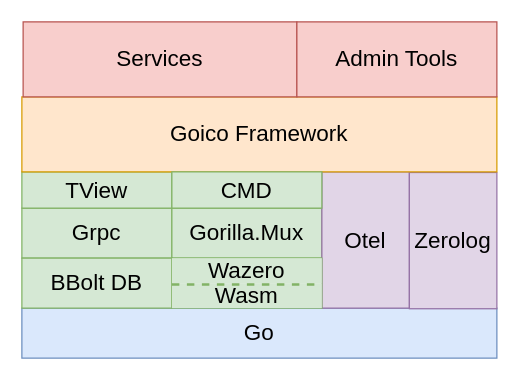
This is page "Page-3" (3 of 3) of docs/Jobico.drawio from andrescosta/jobico-fn, a draw.io file, before an edit. Source tidied: cells renumbered, new cells numbered last; positions are measured from the earlier drawing's top-left corner, leaving out a move shared by most shapes. Both pictures are drawn from the tidied source at 125%, with x=0, y=0 at pixel (21, 21).
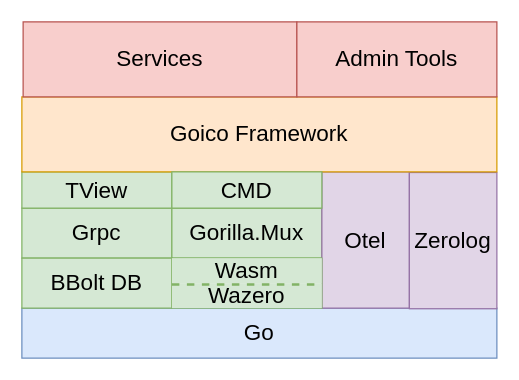
After the change.

What changed in the source:
```diff
@@
 <mxGraphModel>
   <root>
     <mxCell id="0" />
     <mxCell id="1" parent="0" />
     <mxCell id="2" value="Go" style="rounded=0;whiteSpace=wrap;html=1;fillColor=#dae8fc;strokeColor=#6c8ebf;fontSize=18;fontFamily=Helvetica;fontStyle=0;" parent="1" vertex="1">
       <mxGeometry y="229" width="380" height="40" as="geometry" />
     </mxCell>
     <mxCell id="3" value="Grpc" style="rounded=0;whiteSpace=wrap;html=1;fillColor=#d5e8d4;strokeColor=#82b366;fontSize=18;fontFamily=Helvetica;fontStyle=0;" parent="1" vertex="1">
       <mxGeometry y="149" width="120" height="40" as="geometry" />
     </mxCell>
     <mxCell id="4" value="Gorilla.Mux" style="rounded=0;whiteSpace=wrap;html=1;fillColor=#d5e8d4;strokeColor=#82b366;fontSize=18;fontFamily=Helvetica;fontStyle=0;" parent="1" vertex="1">
       <mxGeometry x="120" y="149" width="120" height="40" as="geometry" />
     </mxCell>
     <mxCell id="5" value="BBolt DB" style="rounded=0;whiteSpace=wrap;html=1;fillColor=#d5e8d4;strokeColor=#82b366;fontSize=18;fontFamily=Helvetica;fontStyle=0;" parent="1" vertex="1">
       <mxGeometry y="189" width="120" height="40" as="geometry" />
     </mxCell>
     <mxCell id="6" value="Otel" style="rounded=0;whiteSpace=wrap;html=1;fillColor=#e1d5e7;strokeColor=#9673a6;fontSize=18;fontFamily=Helvetica;fontStyle=0;" parent="1" vertex="1">
       <mxGeometry x="240" y="120" width="70" height="109" as="geometry" />
     </mxCell>
     <mxCell id="7" value="Zerolog" style="rounded=0;whiteSpace=wrap;html=1;fillColor=#e1d5e7;strokeColor=#9673a6;fontSize=18;fontFamily=Helvetica;fontStyle=0;" parent="1" vertex="1">
       <mxGeometry x="310" y="120.5" width="70" height="109" as="geometry" />
     </mxCell>
     <mxCell id="8" value="TView" style="rounded=0;whiteSpace=wrap;html=1;fillColor=#d5e8d4;strokeColor=#82b366;fontSize=18;fontFamily=Helvetica;fontStyle=0;" parent="1" vertex="1">
       <mxGeometry y="120" width="120" height="29" as="geometry" />
     </mxCell>
     <mxCell id="9" value="Goico Framework" style="rounded=0;whiteSpace=wrap;html=1;fillColor=#ffe6cc;strokeColor=#d79b00;fontSize=18;fontFamily=Helvetica;fontStyle=0;" parent="1" vertex="1">
       <mxGeometry y="60" width="380" height="60" as="geometry" />
     </mxCell>
     <mxCell id="10" value="Services" style="rounded=0;whiteSpace=wrap;html=1;fillColor=#f8cecc;strokeColor=#b85450;fontSize=18;fontFamily=Helvetica;fontStyle=0;" parent="1" vertex="1">
       <mxGeometry x="1" width="219" height="60" as="geometry" />
     </mxCell>
     <mxCell id="11" value="CMD" style="rounded=0;whiteSpace=wrap;html=1;fillColor=#d5e8d4;strokeColor=#82b366;fontSize=18;fontFamily=Helvetica;fontStyle=0;" parent="1" vertex="1">
       <mxGeometry x="120" y="120" width="120" height="29" as="geometry" />
     </mxCell>
     <mxCell id="12" value="Admin Tools" style="rounded=0;whiteSpace=wrap;html=1;fillColor=#f8cecc;strokeColor=#b85450;fontSize=18;fontFamily=Helvetica;fontStyle=0;" parent="1" vertex="1">
       <mxGeometry x="220" width="160" height="60" as="geometry" />
     </mxCell>
     <mxCell id="13" style="group;" parent="1" vertex="1">
       <mxGeometry x="120" y="189" width="120" height="40" as="geometry" />
     </mxCell>
     <mxCell id="14" style="rounded=0;whiteSpace=wrap;html=1;fillColor=none;strokeColor=#82B366;" parent="13" vertex="1">
       <mxGeometry width="120" height="40" as="geometry" />
     </mxCell>
     <mxCell id="15" style="group;" parent="13" vertex="1">
       <mxGeometry width="120" height="40" as="geometry" />
     </mxCell>
-    <mxCell id="16" value="Wazero" style="rounded=0;whiteSpace=wrap;html=1;fillColor=#d5e8d4;strokeColor=none;fontSize=18;fontFamily=Helvetica;fontStyle=0;" parent="15" vertex="1">
+    <mxCell id="16" value="Wasm" style="rounded=0;whiteSpace=wrap;html=1;fillColor=#d5e8d4;strokeColor=none;fontSize=18;fontFamily=Helvetica;fontStyle=0;" parent="15" vertex="1">
       <mxGeometry width="120" height="20" as="geometry" />
     </mxCell>
-    <mxCell id="17" value="Wasm" style="rounded=0;whiteSpace=wrap;html=1;fillColor=#d5e8d4;strokeColor=none;fontSize=18;fontFamily=Helvetica;fontStyle=0;" parent="15" vertex="1">
+    <mxCell id="17" value="Wazero" style="rounded=0;whiteSpace=wrap;html=1;fillColor=#d5e8d4;strokeColor=none;fontSize=18;fontFamily=Helvetica;fontStyle=0;" parent="15" vertex="1">
       <mxGeometry y="20" width="120" height="20" as="geometry" />
     </mxCell>
     <mxCell id="18" style="endArrow=none;html=1;rounded=0;strokeWidth=2;exitX=0;exitY=0;exitDx=0;exitDy=0;entryX=1;entryY=0;entryDx=0;entryDy=0;strokeColor=#82B366;dashed=1;" parent="15" edge="1">
       <mxGeometry relative="1" as="geometry">
         <mxPoint y="21" as="sourcePoint" />
         <mxPoint x="120" y="21" as="targetPoint" />
       </mxGeometry>
     </mxCell>
   </root>
 </mxGraphModel>
```
